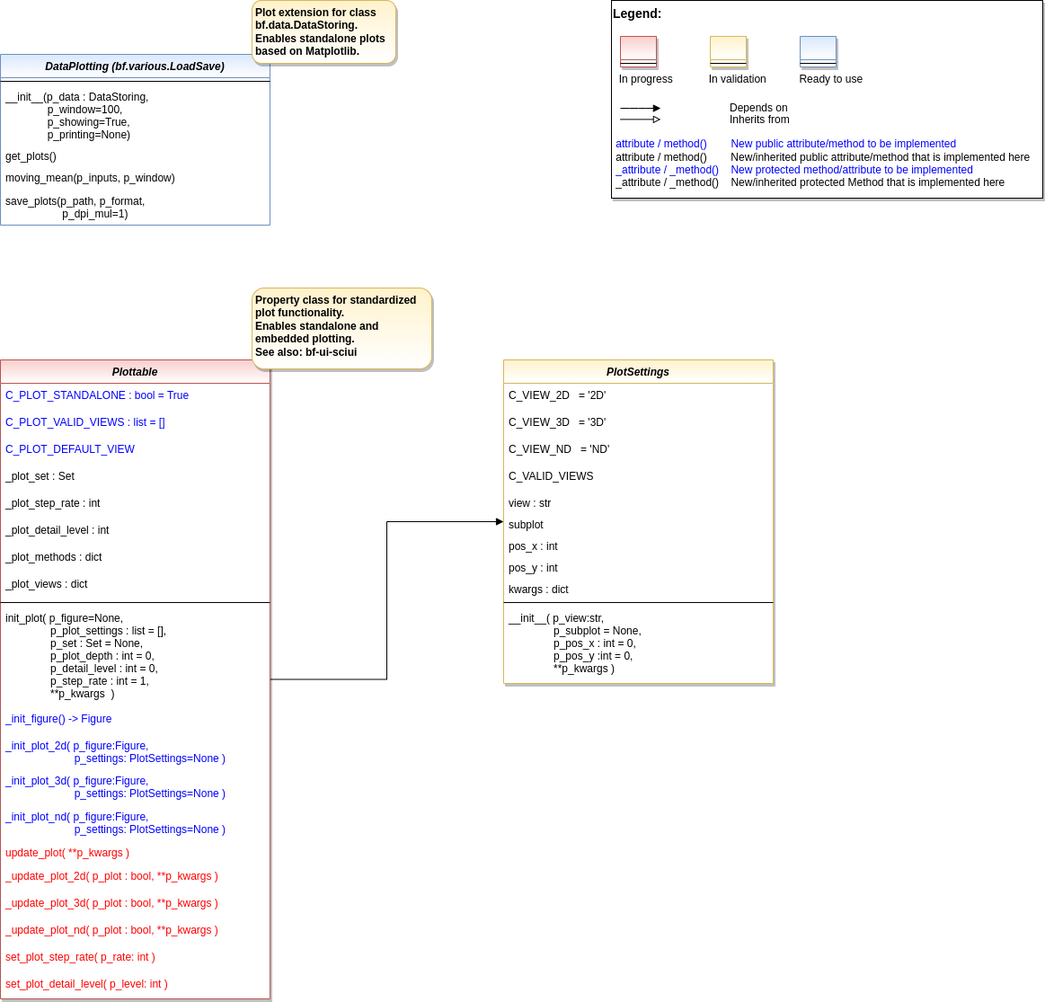
This is doc/rtd/content/append2/core/images/bf/MLPro-BF-Plot_class_diagram.drawio.png from fhswf/MLPro, a draw.io export, as it was before one commit. Source tidied: cells renumbered, new cells last; positions are measured from the earlier drawing's top-left corner, leaving out a move shared by most shapes.
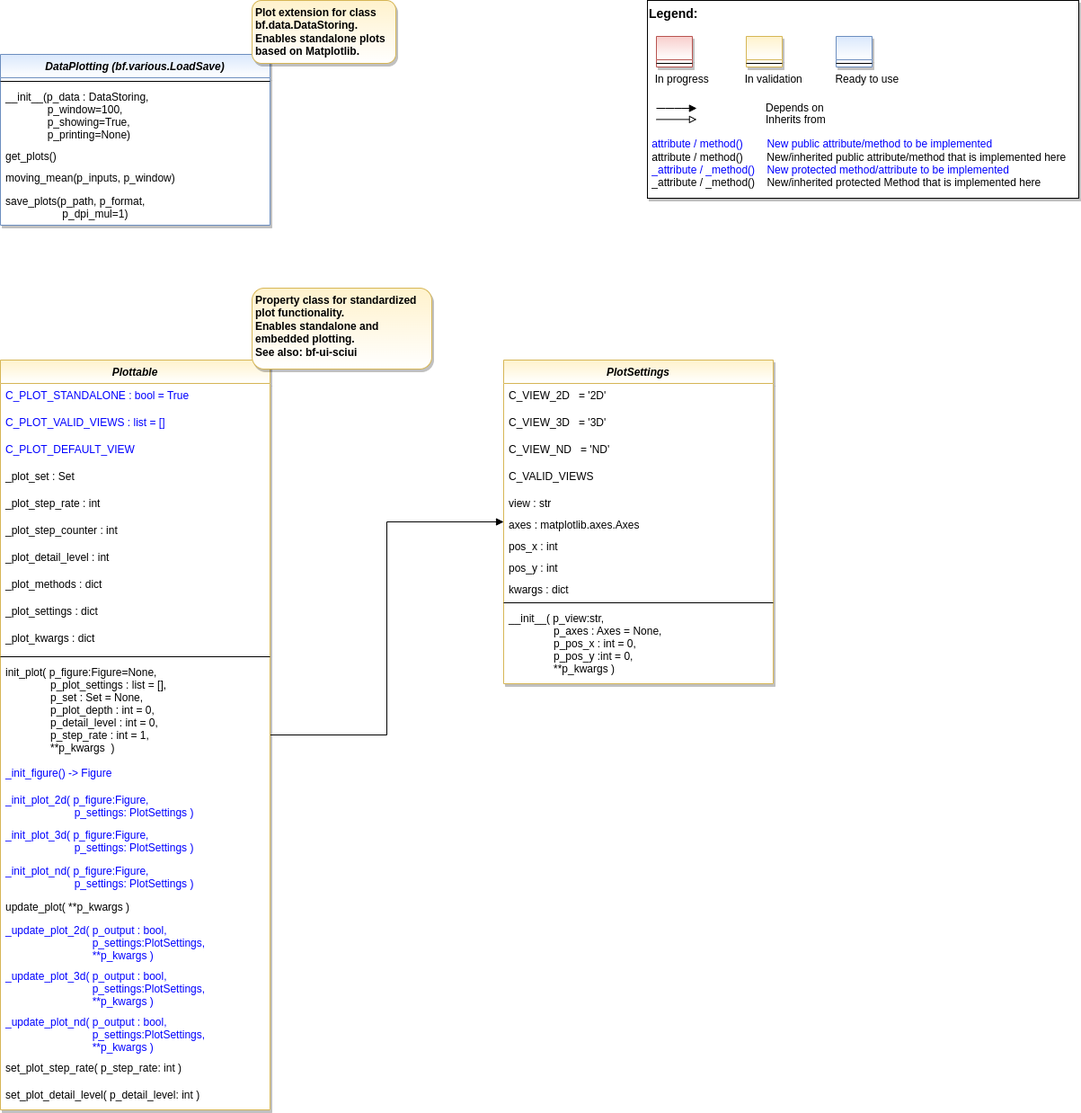
Above is the later version.

Commit message:
Classes Plottable, PlotSettings

What changed in the source:
```diff
@@ -5,8 +5,8 @@
     <mxCell id="2" style="edgeStyle=orthogonalEdgeStyle;rounded=0;jettySize=auto;html=1;fontColor=default;endArrow=block;endFill=1;" parent="1" edge="1" source="3" target="42">
       <mxGeometry relative="1" as="geometry" />
     </mxCell>
-    <mxCell id="3" value="Plottable" style="swimlane;fontStyle=3;align=center;verticalAlign=top;horizontal=1;startSize=26;rounded=0;shadow=1;strokeWidth=1;fillColor=#f8cecc;strokeColor=#b85450;swimlaneFillColor=#FFFFFF;gradientColor=#FFFFFF;" parent="1" vertex="1">
-      <mxGeometry y="400" width="300" height="711" as="geometry" />
+    <mxCell id="3" value="Plottable" style="swimlane;fontStyle=3;align=center;verticalAlign=top;horizontal=1;startSize=26;rounded=0;shadow=1;strokeWidth=1;fillColor=#fff2cc;strokeColor=#d6b656;swimlaneFillColor=#FFFFFF;gradientColor=#FFFFFF;" parent="1" vertex="1">
+      <mxGeometry y="400" width="300" height="834" as="geometry" />
     </mxCell>
     <mxCell id="4" value="C_PLOT_STANDALONE : bool = True" style="text;align=left;verticalAlign=top;spacingLeft=4;spacingRight=4;overflow=hidden;fontColor=#0000FF;" parent="3" vertex="1">
       <mxGeometry y="26" width="300" height="30" as="geometry" />
@@ -23,53 +23,59 @@
     <mxCell id="8" value="_plot_step_rate : int" style="text;align=left;verticalAlign=top;spacingLeft=4;spacingRight=4;overflow=hidden;fontColor=default;" parent="3" vertex="1">
       <mxGeometry y="146" width="300" height="30" as="geometry" />
     </mxCell>
+    <mxCell id="54" value="_plot_step_counter : int" style="text;align=left;verticalAlign=top;spacingLeft=4;spacingRight=4;overflow=hidden;fontColor=default;" parent="3" vertex="1">
+      <mxGeometry y="176" width="300" height="30" as="geometry" />
+    </mxCell>
     <mxCell id="9" value="_plot_detail_level : int" style="text;align=left;verticalAlign=top;spacingLeft=4;spacingRight=4;overflow=hidden;fontColor=default;" parent="3" vertex="1">
-      <mxGeometry y="176" width="300" height="30" as="geometry" />
+      <mxGeometry y="206" width="300" height="30" as="geometry" />
     </mxCell>
     <mxCell id="10" value="_plot_methods : dict" style="text;align=left;verticalAlign=top;spacingLeft=4;spacingRight=4;overflow=hidden;fontColor=default;" parent="3" vertex="1">
-      <mxGeometry y="206" width="300" height="30" as="geometry" />
+      <mxGeometry y="236" width="300" height="30" as="geometry" />
     </mxCell>
-    <mxCell id="11" value="_plot_views : dict" style="text;align=left;verticalAlign=top;spacingLeft=4;spacingRight=4;overflow=hidden;fontColor=default;" parent="3" vertex="1">
-      <mxGeometry y="236" width="300" height="30" as="geometry" />
+    <mxCell id="11" value="_plot_settings : dict" style="text;align=left;verticalAlign=top;spacingLeft=4;spacingRight=4;overflow=hidden;fontColor=default;" parent="3" vertex="1">
+      <mxGeometry y="266" width="300" height="30" as="geometry" />
     </mxCell>
+    <mxCell id="55" value="_plot_kwargs : dict" style="text;align=left;verticalAlign=top;spacingLeft=4;spacingRight=4;overflow=hidden;fontColor=default;" parent="3" vertex="1">
+      <mxGeometry y="296" width="300" height="30" as="geometry" />
+    </mxCell>
     <mxCell id="12" style="line;html=1;strokeWidth=1;align=left;verticalAlign=middle;spacingTop=-1;spacingLeft=3;spacingRight=3;labelPosition=right;" parent="3" vertex="1">
-      <mxGeometry y="266" width="300" height="8" as="geometry" />
+      <mxGeometry y="326" width="300" height="8" as="geometry" />
     </mxCell>
-    <mxCell id="13" value="init_plot( p_figure=None, &#10;               p_plot_settings : list = [],&#10;               p_set : Set = None,&#10;               p_plot_depth : int = 0,&#10;               p_detail_level : int = 0,&#10;               p_step_rate : int = 1,&#10;               **p_kwargs  )" style="text;align=left;verticalAlign=top;spacingLeft=4;spacingRight=4;overflow=hidden;fontColor=default;" parent="3" vertex="1">
-      <mxGeometry y="274" width="300" height="112" as="geometry" />
+    <mxCell id="13" value="init_plot( p_figure:Figure=None, &#10;               p_plot_settings : list = [],&#10;               p_set : Set = None,&#10;               p_plot_depth : int = 0,&#10;               p_detail_level : int = 0,&#10;               p_step_rate : int = 1,&#10;               **p_kwargs  )" style="text;align=left;verticalAlign=top;spacingLeft=4;spacingRight=4;overflow=hidden;fontColor=default;" parent="3" vertex="1">
+      <mxGeometry y="334" width="300" height="112" as="geometry" />
     </mxCell>
     <mxCell id="14" value="_init_figure() -&gt; Figure" style="text;align=left;verticalAlign=top;spacingLeft=4;spacingRight=4;overflow=hidden;fontColor=#0000FF;" parent="3" vertex="1">
-      <mxGeometry y="386" width="300" height="30" as="geometry" />
+      <mxGeometry y="446" width="300" height="30" as="geometry" />
     </mxCell>
-    <mxCell id="15" value="_init_plot_2d( p_figure:Figure, &#10;                       p_settings: PlotSettings=None )" style="text;align=left;verticalAlign=top;spacingLeft=4;spacingRight=4;overflow=hidden;fontColor=#0000FF;" parent="3" vertex="1">
-      <mxGeometry y="416" width="300" height="39" as="geometry" />
+    <mxCell id="15" value="_init_plot_2d( p_figure:Figure, &#10;                       p_settings: PlotSettings )" style="text;align=left;verticalAlign=top;spacingLeft=4;spacingRight=4;overflow=hidden;fontColor=#0000FF;" parent="3" vertex="1">
+      <mxGeometry y="476" width="300" height="39" as="geometry" />
     </mxCell>
-    <mxCell id="16" value="_init_plot_3d( p_figure:Figure, &#10;                       p_settings: PlotSettings=None )" style="text;align=left;verticalAlign=top;spacingLeft=4;spacingRight=4;overflow=hidden;fontColor=#0000FF;" parent="3" vertex="1">
-      <mxGeometry y="455" width="300" height="40" as="geometry" />
+    <mxCell id="16" value="_init_plot_3d( p_figure:Figure, &#10;                       p_settings: PlotSettings )" style="text;align=left;verticalAlign=top;spacingLeft=4;spacingRight=4;overflow=hidden;fontColor=#0000FF;" parent="3" vertex="1">
+      <mxGeometry y="515" width="300" height="40" as="geometry" />
     </mxCell>
-    <mxCell id="17" value="_init_plot_nd( p_figure:Figure, &#10;                       p_settings: PlotSettings=None )" style="text;align=left;verticalAlign=top;spacingLeft=4;spacingRight=4;overflow=hidden;fontColor=#0000FF;" parent="3" vertex="1">
-      <mxGeometry y="495" width="300" height="40" as="geometry" />
+    <mxCell id="17" value="_init_plot_nd( p_figure:Figure, &#10;                       p_settings: PlotSettings )" style="text;align=left;verticalAlign=top;spacingLeft=4;spacingRight=4;overflow=hidden;fontColor=#0000FF;" parent="3" vertex="1">
+      <mxGeometry y="555" width="300" height="40" as="geometry" />
     </mxCell>
-    <mxCell id="18" value="update_plot( **p_kwargs )" style="text;align=left;verticalAlign=top;spacingLeft=4;spacingRight=4;overflow=hidden;fontColor=#FF0000;" parent="3" vertex="1">
-      <mxGeometry y="535" width="300" height="26" as="geometry" />
+    <mxCell id="18" value="update_plot( **p_kwargs )" style="text;align=left;verticalAlign=top;spacingLeft=4;spacingRight=4;overflow=hidden;fontColor=default;" parent="3" vertex="1">
+      <mxGeometry y="595" width="300" height="26" as="geometry" />
     </mxCell>
+    <mxCell id="56" value="_update_plot_2d( p_output : bool, &#10;                             p_settings:PlotSettings,&#10;                             **p_kwargs )" style="text;align=left;verticalAlign=top;spacingLeft=4;spacingRight=4;overflow=hidden;fontColor=#0000FF;" parent="3" vertex="1">
+      <mxGeometry y="621" width="300" height="51" as="geometry" />
+    </mxCell>
+    <mxCell id="57" value="_update_plot_3d( p_output : bool, &#10;                             p_settings:PlotSettings,&#10;                             **p_kwargs )" style="text;align=left;verticalAlign=top;spacingLeft=4;spacingRight=4;overflow=hidden;fontColor=#0000FF;" parent="3" vertex="1">
+      <mxGeometry y="672" width="300" height="51" as="geometry" />
+    </mxCell>
-    <mxCell id="19" value="_update_plot_2d( p_plot : bool, **p_kwargs )" style="text;align=left;verticalAlign=top;spacingLeft=4;spacingRight=4;overflow=hidden;fontColor=#FF0000;" parent="3" vertex="1">
-      <mxGeometry y="561" width="300" height="30" as="geometry" />
+    <mxCell id="19" value="_update_plot_nd( p_output : bool, &#10;                             p_settings:PlotSettings,&#10;                             **p_kwargs )" style="text;align=left;verticalAlign=top;spacingLeft=4;spacingRight=4;overflow=hidden;fontColor=#0000FF;" parent="3" vertex="1">
+      <mxGeometry y="723" width="300" height="51" as="geometry" />
     </mxCell>
-    <mxCell id="20" value="_update_plot_3d( p_plot : bool, **p_kwargs )" style="text;align=left;verticalAlign=top;spacingLeft=4;spacingRight=4;overflow=hidden;fontColor=#FF0000;" parent="3" vertex="1">
-      <mxGeometry y="591" width="300" height="30" as="geometry" />
-    </mxCell>
-    <mxCell id="21" value="_update_plot_nd( p_plot : bool, **p_kwargs )" style="text;align=left;verticalAlign=top;spacingLeft=4;spacingRight=4;overflow=hidden;fontColor=#FF0000;" parent="3" vertex="1">
-      <mxGeometry y="621" width="300" height="30" as="geometry" />
-    </mxCell>
-    <mxCell id="22" value="set_plot_step_rate( p_rate: int )" style="text;align=left;verticalAlign=top;spacingLeft=4;spacingRight=4;overflow=hidden;fontColor=#FF0000;" parent="3" vertex="1">
-      <mxGeometry y="651" width="300" height="30" as="geometry" />
+    <mxCell id="22" value="set_plot_step_rate( p_step_rate: int )" style="text;align=left;verticalAlign=top;spacingLeft=4;spacingRight=4;overflow=hidden;fontColor=default;" parent="3" vertex="1">
+      <mxGeometry y="774" width="300" height="30" as="geometry" />
     </mxCell>
-    <mxCell id="23" value="set_plot_detail_level( p_level: int )" style="text;align=left;verticalAlign=top;spacingLeft=4;spacingRight=4;overflow=hidden;fontColor=#FF0000;" parent="3" vertex="1">
-      <mxGeometry y="681" width="300" height="30" as="geometry" />
+    <mxCell id="23" value="set_plot_detail_level( p_detail_level: int )" style="text;align=left;verticalAlign=top;spacingLeft=4;spacingRight=4;overflow=hidden;fontColor=default;" parent="3" vertex="1">
+      <mxGeometry y="804" width="300" height="30" as="geometry" />
     </mxCell>
     <mxCell id="24" style="group;" parent="1" vertex="1">
-      <mxGeometry x="680" width="480" height="220" as="geometry" />
+      <mxGeometry x="720" width="480" height="220" as="geometry" />
     </mxCell>
     <mxCell id="25" value="&lt;font color=&quot;#000000&quot; size=&quot;1&quot;&gt;&lt;b style=&quot;font-size: 14px&quot;&gt;Legend:&lt;br&gt;&lt;/b&gt;&lt;/font&gt;&lt;br&gt;&lt;br&gt;&lt;br&gt;&lt;font color=&quot;#0000ff&quot; style=&quot;font-size: 6px&quot;&gt;&lt;br&gt;&lt;/font&gt;&lt;span style=&quot;color: rgb(0 , 0 , 0)&quot;&gt;&lt;font style=&quot;font-size: 4px&quot;&gt;&amp;nbsp; &amp;nbsp;&lt;/font&gt;&amp;nbsp;In progress&amp;nbsp; &amp;nbsp; &amp;nbsp; &amp;nbsp; &amp;nbsp; &amp;nbsp; In validation&amp;nbsp; &amp;nbsp; &amp;nbsp; &amp;nbsp; &amp;nbsp; &amp;nbsp;Ready to use&lt;/span&gt;&lt;font color=&quot;#000000&quot;&gt;&amp;nbsp;&lt;br&gt;&lt;/font&gt;&lt;font color=&quot;#0000ff&quot;&gt;&lt;br&gt;&lt;br&gt;&lt;br&gt;&lt;br&gt;&amp;nbsp;attribute / method()&amp;nbsp; &amp;nbsp; &amp;nbsp; &amp;nbsp; New public attribute/method to be implemented&lt;/font&gt;&lt;br&gt;&lt;font color=&quot;#000000&quot;&gt;&amp;nbsp;&lt;/font&gt;&lt;font color=&quot;#000000&quot;&gt;attribute / method()&lt;span&gt;&#9;&lt;/span&gt;&amp;nbsp; &amp;nbsp; &amp;nbsp; &amp;nbsp;New/inherited public attribute/method that is implemented here&lt;br&gt;&lt;/font&gt;&lt;font color=&quot;#0000ff&quot;&gt;&amp;nbsp;_attribute /&amp;nbsp;&lt;/font&gt;&lt;font color=&quot;#0000ff&quot;&gt;_method()&amp;nbsp; &amp;nbsp; New protected method/attribute to be implemented&lt;/font&gt;&lt;br&gt;&lt;font color=&quot;#000000&quot;&gt;&amp;nbsp;_attribute / _method()&amp;nbsp; &amp;nbsp; New/inherited protected Method that is implemented here&lt;br&gt;&lt;/font&gt;&lt;font color=&quot;#000000&quot;&gt;&lt;br&gt;&lt;br&gt;&lt;br&gt;&lt;br&gt;&lt;br&gt;&lt;/font&gt;" style="text;html=1;align=left;verticalAlign=top;whiteSpace=wrap;rounded=0;fontColor=#006600;strokeColor=#000000;shadow=1;fillColor=#ffffff;" parent="24" vertex="1">
       <mxGeometry width="480" height="220" as="geometry" />
@@ -112,7 +118,7 @@
     <mxCell id="34" value="Property class for standardized plot functionality.&lt;br&gt;Enables standalone and embedded plotting.&lt;br&gt;See also: bf-ui-sciui" style="rounded=1;whiteSpace=wrap;html=1;fillColor=#fff2cc;strokeColor=#d6b656;gradientColor=#FFFFFF;shadow=1;fontStyle=1;align=left;spacingLeft=2;verticalAlign=top;" parent="1" vertex="1">
       <mxGeometry x="280" y="320" width="200" height="90" as="geometry" />
     </mxCell>
-    <mxCell id="35" value="DataPlotting (bf.various.LoadSave)" style="swimlane;fontStyle=3;align=center;verticalAlign=top;horizontal=1;startSize=26;rounded=0;shadow=0;strokeWidth=1;fillColor=#dae8fc;strokeColor=#6c8ebf;gradientColor=#FFFFFF;swimlaneFillColor=#FFFFFF;" parent="1" vertex="1">
+    <mxCell id="35" value="DataPlotting (bf.various.LoadSave)" style="swimlane;fontStyle=3;align=center;verticalAlign=top;horizontal=1;startSize=26;rounded=0;shadow=1;strokeWidth=1;fillColor=#dae8fc;strokeColor=#6c8ebf;gradientColor=#FFFFFF;swimlaneFillColor=#FFFFFF;" parent="1" vertex="1">
       <mxGeometry y="60" width="300" height="190" as="geometry" />
     </mxCell>
     <mxCell id="36" style="line;html=1;strokeWidth=1;align=left;verticalAlign=middle;spacingTop=-1;spacingLeft=3;spacingRight=3;labelPosition=right;" parent="35" vertex="1">
@@ -151,7 +157,7 @@
     <mxCell id="47" value="view : str" style="text;align=left;verticalAlign=top;spacingLeft=4;spacingRight=4;overflow=hidden;" parent="42" vertex="1">
       <mxGeometry y="146" width="300" height="24" as="geometry" />
     </mxCell>
-    <mxCell id="48" value="subplot" style="text;align=left;verticalAlign=top;spacingLeft=4;spacingRight=4;overflow=hidden;" parent="42" vertex="1">
+    <mxCell id="48" value="axes : matplotlib.axes.Axes" style="text;align=left;verticalAlign=top;spacingLeft=4;spacingRight=4;overflow=hidden;" parent="42" vertex="1">
       <mxGeometry y="170" width="300" height="24" as="geometry" />
     </mxCell>
     <mxCell id="49" value="pos_x : int" style="text;align=left;verticalAlign=top;spacingLeft=4;spacingRight=4;overflow=hidden;" parent="42" vertex="1">
@@ -166,7 +172,7 @@
     <mxCell id="52" style="line;html=1;strokeWidth=1;align=left;verticalAlign=middle;spacingTop=-1;spacingLeft=3;spacingRight=3;labelPosition=right;" parent="42" vertex="1">
       <mxGeometry y="266" width="300" height="8" as="geometry" />
     </mxCell>
-    <mxCell id="53" value="__init__( p_view:str, &#10;               p_subplot = None, &#10;               p_pos_x : int = 0,&#10;               p_pos_y :int = 0,&#10;               **p_kwargs )" style="text;align=left;verticalAlign=top;spacingLeft=4;spacingRight=4;overflow=hidden;" parent="42" vertex="1">
+    <mxCell id="53" value="__init__( p_view:str, &#10;               p_axes : Axes = None, &#10;               p_pos_x : int = 0,&#10;               p_pos_y :int = 0,&#10;               **p_kwargs )" style="text;align=left;verticalAlign=top;spacingLeft=4;spacingRight=4;overflow=hidden;" parent="42" vertex="1">
       <mxGeometry y="274" width="300" height="86" as="geometry" />
     </mxCell>
   </root>
```
